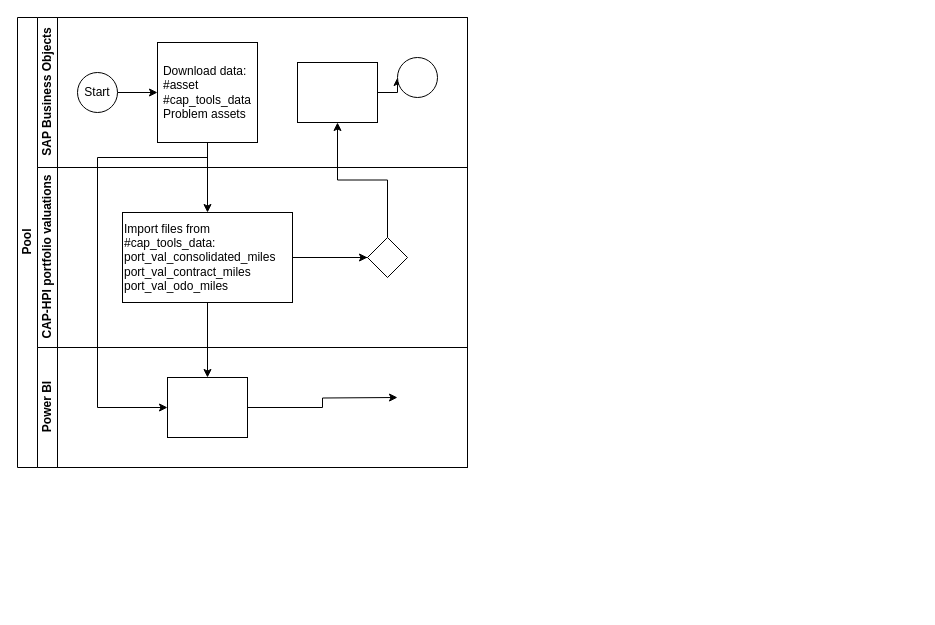
Mobenator/process_swimlanes keeps this draw.io diagram as portfolio management dashboard - swimlanes.drawio. Above is the earlier version. Source tidied: cells renumbered, new cells numbered last; positions are measured from the earlier drawing's top-left corner, leaving out a move shared by most shapes. Both pictures are drawn from the tidied source at 100%, with x=0, y=0 at pixel (17, 17).
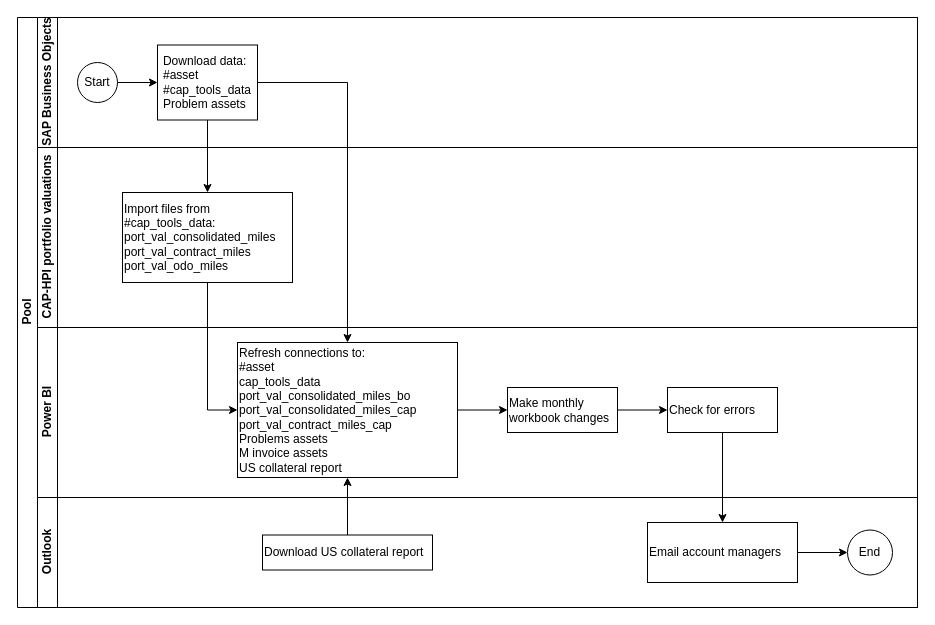
The same page after the edit.

The change refers to these unchanged cells:
```xml
<mxCell id="14" value="Import files from #cap_tools_data:&lt;br&gt;port_val_consolidated_miles&lt;br&gt;port_val_contract_miles&lt;br&gt;port_val_odo_miles&lt;br&gt;" style="rounded=0;whiteSpace=wrap;html=1;fontFamily=Helvetica;fontSize=12;fontColor=#000000;align=left;" parent="12" vertex="1">
  <mxGeometry x="85" y="45" width="170" height="90" as="geometry" />
</mxCell>
```

Diff of the diagram source:
```diff
@@
     <mxCell id="2" value="Pool" style="swimlane;html=1;horizontal=0;startSize=20;" parent="1" vertex="1">
-      <mxGeometry width="450" height="450" as="geometry" />
+      <mxGeometry width="900" height="590" as="geometry" />
     </mxCell>
-    <mxCell id="3" style="edgeStyle=orthogonalEdgeStyle;rounded=0;jettySize=auto;html=1;endArrow=classic;endFill=1;" parent="2" edge="1" source="15" target="10">
-      <mxGeometry relative="1" as="geometry" />
-    </mxCell>
-    <mxCell id="4" style="edgeStyle=orthogonalEdgeStyle;rounded=0;jettySize=auto;html=1;endArrow=classic;endFill=1;" parent="2" edge="1" source="15" target="18">
-      <mxGeometry relative="1" as="geometry" />
-    </mxCell>
     <mxCell id="5" value="SAP Business Objects" style="swimlane;html=1;startSize=20;horizontal=0;" parent="2" vertex="1">
-      <mxGeometry x="20" width="430" height="150" as="geometry" />
+      <mxGeometry x="20" width="880" height="130" as="geometry" />
     </mxCell>
@@
     <mxCell id="7" value="Start" style="ellipse;whiteSpace=wrap;html=1;" parent="5" vertex="1">
-      <mxGeometry x="40" y="55" width="40" height="40" as="geometry" />
+      <mxGeometry x="40" y="45" width="40" height="40" as="geometry" />
     </mxCell>
     <mxCell id="8" value="&lt;div style=&quot;text-align: left&quot;&gt;&lt;span&gt;Download data:&lt;/span&gt;&lt;/div&gt;&lt;div style=&quot;text-align: left&quot;&gt;&lt;span&gt;#asset&lt;/span&gt;&lt;/div&gt;&lt;div style=&quot;text-align: left&quot;&gt;&lt;span&gt;#cap_tools_data&lt;/span&gt;&lt;/div&gt;&lt;div style=&quot;text-align: left&quot;&gt;&lt;span&gt;Problem assets&lt;/span&gt;&lt;/div&gt;" style="rounded=0;whiteSpace=wrap;html=1;fontFamily=Helvetica;fontSize=12;fontColor=#000000;align=center;" parent="5" vertex="1">
-      <mxGeometry x="120" y="25" width="100" height="100" as="geometry" />
+      <mxGeometry x="120" y="27.5" width="100" height="75" as="geometry" />
     </mxCell>
-    <mxCell id="9" style="edgeStyle=orthogonalEdgeStyle;rounded=0;jettySize=auto;html=1;endArrow=classic;endFill=1;" parent="5" edge="1" source="10" target="11">
-      <mxGeometry relative="1" as="geometry" />
-    </mxCell>
-    <mxCell id="10" style="rounded=0;whiteSpace=wrap;html=1;fontFamily=Helvetica;fontSize=12;fontColor=#000000;align=center;" parent="5" vertex="1">
-      <mxGeometry x="260" y="45" width="80" height="60" as="geometry" />
-    </mxCell>
-    <mxCell id="11" style="ellipse;whiteSpace=wrap;html=1;" parent="5" vertex="1">
-      <mxGeometry x="360" y="40" width="40" height="40" as="geometry" />
-    </mxCell>
     <mxCell id="12" value="CAP-HPI portfolio valuations" style="swimlane;html=1;startSize=20;horizontal=0;" parent="2" vertex="1">
-      <mxGeometry x="20" y="150" width="430" height="180" as="geometry" />
+      <mxGeometry x="20" y="130" width="880" height="180" as="geometry" />
     </mxCell>
-    <mxCell id="13" style="edgeStyle=orthogonalEdgeStyle;rounded=0;jettySize=auto;html=1;endArrow=classic;endFill=1;" parent="12" edge="1" source="14" target="15">
-      <mxGeometry relative="1" as="geometry" />
-    </mxCell>
@@
-    <mxCell id="15" style="rhombus;whiteSpace=wrap;html=1;fontFamily=Helvetica;fontSize=12;fontColor=#000000;align=center;" parent="12" vertex="1">
-      <mxGeometry x="330" y="70" width="40" height="40" as="geometry" />
-    </mxCell>
+    <mxCell id="19" style="edgeStyle=orthogonalEdgeStyle;rounded=0;jettySize=auto;html=1;strokeColor=default;" parent="2" edge="1" source="8" target="14">
+      <mxGeometry relative="1" as="geometry" />
+    </mxCell>
     <mxCell id="16" value="Power BI" style="swimlane;html=1;startSize=20;horizontal=0;" parent="2" vertex="1">
-      <mxGeometry x="20" y="330" width="430" height="120" as="geometry" />
+      <mxGeometry x="20" y="310" width="880" height="170" as="geometry" />
     </mxCell>
-    <mxCell id="17" style="edgeStyle=orthogonalEdgeStyle;rounded=0;jettySize=auto;html=1;endArrow=classic;endFill=1;" parent="16" edge="1" source="18">
-      <mxGeometry relative="1" as="geometry">
-        <mxPoint x="360" y="50" as="targetPoint" />
-      </mxGeometry>
-    </mxCell>
+    <mxCell id="21" style="edgeStyle=orthogonalEdgeStyle;rounded=0;jettySize=auto;html=1;strokeColor=default;" parent="16" edge="1" source="18" target="23">
+      <mxGeometry relative="1" as="geometry" />
+    </mxCell>
-    <mxCell id="18" style="rounded=0;whiteSpace=wrap;html=1;fontFamily=Helvetica;fontSize=12;fontColor=#000000;align=center;" parent="16" vertex="1">
-      <mxGeometry x="130" y="30" width="80" height="60" as="geometry" />
+    <mxCell id="18" value="Refresh connections to:&lt;br&gt;#asset&lt;br&gt;cap_tools_data&lt;br&gt;port_val_consolidated_miles_bo&lt;br&gt;port_val_consolidated_miles_cap&lt;br&gt;port_val_contract_miles_cap&lt;br&gt;Problems assets&lt;br&gt;M invoice assets&lt;br&gt;US collateral report" style="rounded=0;whiteSpace=wrap;html=1;fontFamily=Helvetica;fontSize=12;fontColor=#000000;align=left;" parent="16" vertex="1">
+      <mxGeometry x="200" y="15" width="220" height="135" as="geometry" />
     </mxCell>
-    <mxCell id="19" style="edgeStyle=orthogonalEdgeStyle;rounded=0;jettySize=auto;html=1;strokeColor=default;" parent="2" edge="1" source="8" target="14">
-      <mxGeometry relative="1" as="geometry" />
-    </mxCell>
+    <mxCell id="22" style="edgeStyle=orthogonalEdgeStyle;rounded=0;jettySize=auto;html=1;strokeColor=default;" parent="16" edge="1" source="23" target="24">
+      <mxGeometry relative="1" as="geometry" />
+    </mxCell>
+    <mxCell id="23" value="Make monthly workbook changes" style="rounded=0;whiteSpace=wrap;html=1;fontFamily=Helvetica;fontSize=12;fontColor=#000000;align=left;" parent="16" vertex="1">
+      <mxGeometry x="470" y="60" width="110" height="45" as="geometry" />
+    </mxCell>
+    <mxCell id="24" value="Check for errors" style="rounded=0;whiteSpace=wrap;html=1;fontFamily=Helvetica;fontSize=12;fontColor=#000000;align=left;" parent="16" vertex="1">
+      <mxGeometry x="630" y="60" width="110" height="45" as="geometry" />
+    </mxCell>
+    <mxCell id="25" value="Outlook" style="swimlane;html=1;startSize=20;horizontal=0;" parent="2" vertex="1">
+      <mxGeometry x="20" y="480" width="880" height="110" as="geometry" />
+    </mxCell>
+    <mxCell id="26" value="Download US collateral report" style="rounded=0;whiteSpace=wrap;html=1;fontFamily=Helvetica;fontSize=12;fontColor=#000000;align=left;" parent="25" vertex="1">
+      <mxGeometry x="225" y="37.5" width="170" height="35" as="geometry" />
+    </mxCell>
+    <mxCell id="27" style="edgeStyle=orthogonalEdgeStyle;rounded=0;jettySize=auto;html=1;strokeColor=default;" parent="25" edge="1" source="28" target="29">
+      <mxGeometry relative="1" as="geometry" />
+    </mxCell>
+    <mxCell id="28" value="Email account managers" style="whiteSpace=wrap;html=1;align=left;fontColor=#000000;rounded=0;" parent="25" vertex="1">
+      <mxGeometry x="610" y="25" width="150" height="60" as="geometry" />
+    </mxCell>
+    <mxCell id="29" value="End" style="ellipse;whiteSpace=wrap;html=1;align=center;fontColor=#000000;rounded=0;" parent="25" vertex="1">
+      <mxGeometry x="810" y="32.5" width="45" height="45" as="geometry" />
+    </mxCell>
+    <mxCell id="30" style="edgeStyle=orthogonalEdgeStyle;rounded=0;jettySize=auto;html=1;strokeColor=default;" parent="2" edge="1" source="26" target="18">
+      <mxGeometry relative="1" as="geometry" />
+    </mxCell>
+    <mxCell id="31" style="edgeStyle=orthogonalEdgeStyle;rounded=0;jettySize=auto;html=1;strokeColor=default;" parent="2" edge="1" source="24" target="28">
+      <mxGeometry relative="1" as="geometry" />
+    </mxCell>
-    <mxCell id="20" style="edgeStyle=orthogonalEdgeStyle;rounded=0;jettySize=auto;html=1;entryX=0;entryY=0.5;entryDx=0;entryDy=0;strokeColor=default;" parent="2" edge="1" source="8" target="18">
+    <mxCell id="20" style="edgeStyle=orthogonalEdgeStyle;rounded=0;jettySize=auto;html=1;strokeColor=default;" parent="2" edge="1" source="8" target="18">
       <mxGeometry relative="1" as="geometry">
         <Array as="points">
-          <mxPoint x="190" y="140" />
-          <mxPoint x="80" y="140" />
-          <mxPoint x="80" y="390" />
+          <mxPoint x="330" y="65" />
         </Array>
       </mxGeometry>
     </mxCell>
+    <mxCell id="32" style="edgeStyle=orthogonalEdgeStyle;rounded=0;jettySize=auto;html=1;entryX=0;entryY=0.5;entryDx=0;entryDy=0;strokeColor=default;" parent="2" edge="1" source="14" target="18">
+      <mxGeometry relative="1" as="geometry" />
+    </mxCell>
```
